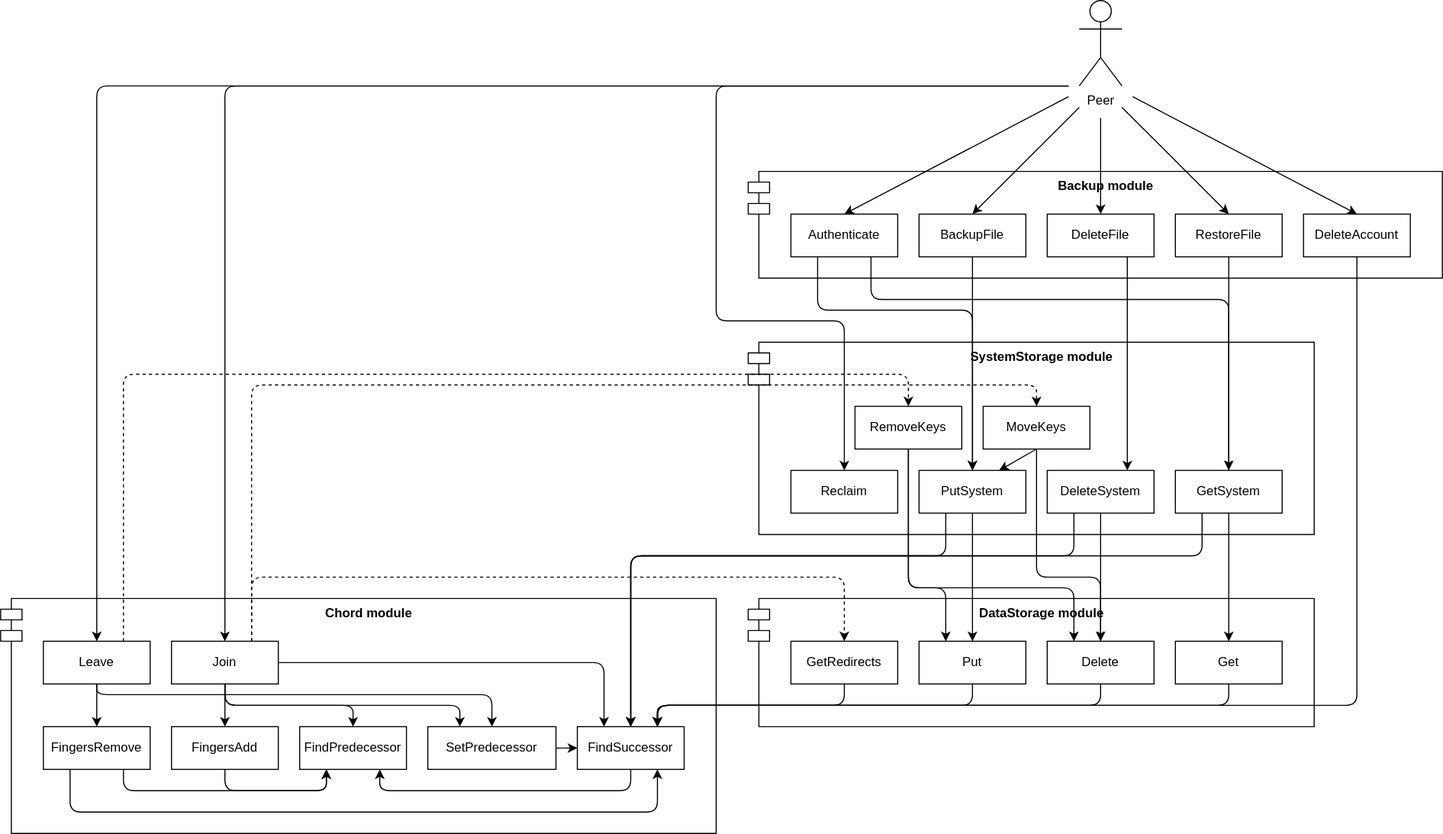
dmfrodrigues/feup-sdis-proj2 keeps this draw.io diagram as doc/protocols.svg. Above is the earlier version. Source tidied: cells renumbered, new cells last; positions are measured from the earlier drawing's top-left corner, leaving out a move shared by most shapes.
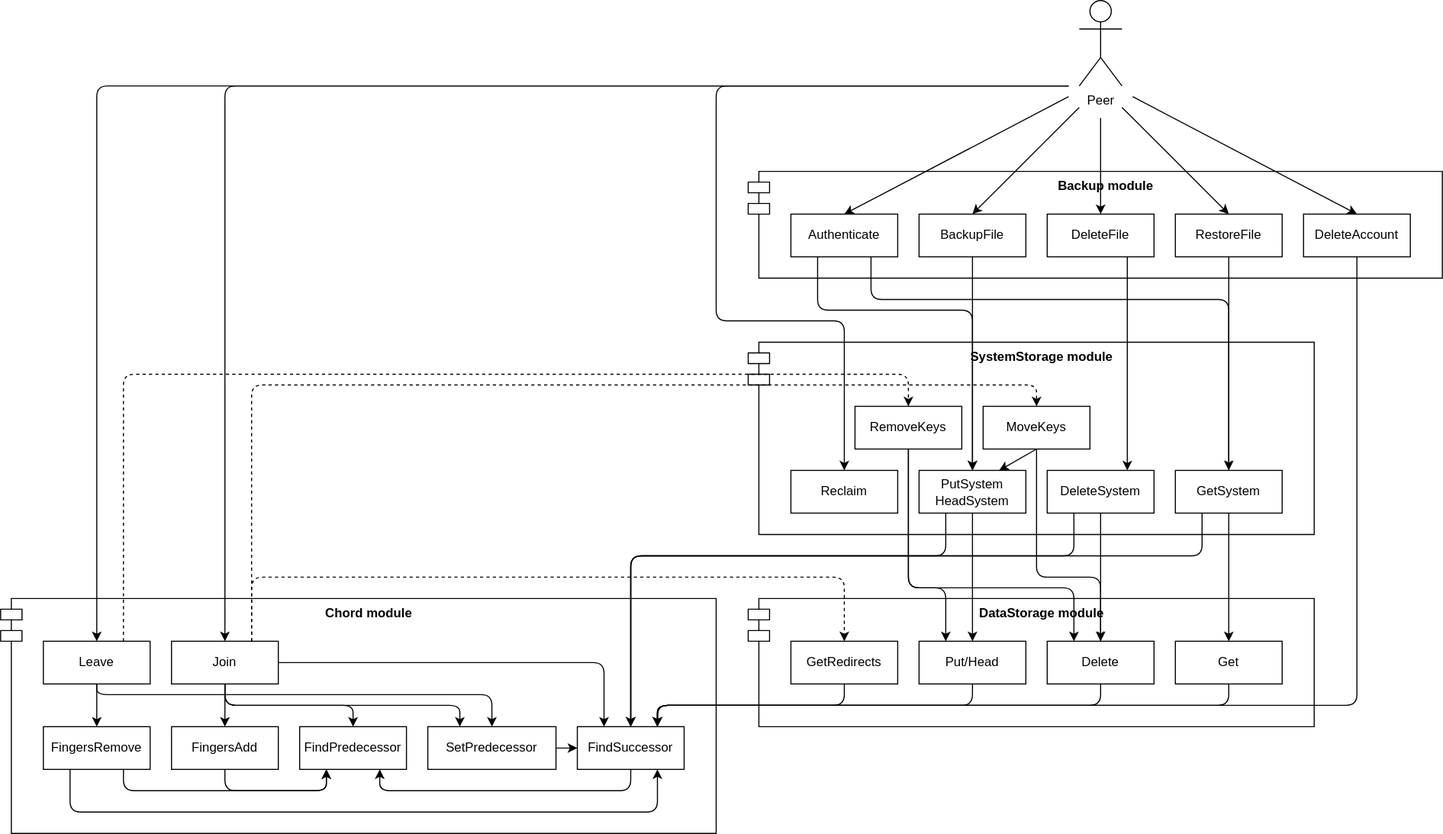
The same file after the commit.

Diff of the diagram source:
```diff
@@ -30,7 +30,7 @@
         </Array>
       </mxGeometry>
     </mxCell>
-    <mxCell id="8" value="PutSystem" style="rounded=0;whiteSpace=wrap;html=1;spacing=10;" parent="1" vertex="1">
+    <mxCell id="8" style="rounded=0;whiteSpace=wrap;html=1;spacing=10;" parent="1" vertex="1">
       <mxGeometry x="860" y="440" width="100" height="40" as="geometry" />
     </mxCell>
     <mxCell id="9" style="edgeStyle=orthogonalEdgeStyle;rounded=1;jettySize=auto;html=1;exitX=0.25;exitY=1;exitDx=0;exitDy=0;entryX=0.5;entryY=0;entryDx=0;entryDy=0;endArrow=classic;endFill=1;" parent="1" edge="1" source="10" target="5">
@@ -239,7 +239,7 @@
         </Array>
       </mxGeometry>
     </mxCell>
-    <mxCell id="49" value="Put" style="rounded=0;whiteSpace=wrap;html=1;spacing=10;" parent="1" vertex="1">
+    <mxCell id="49" value="Put/Head" style="rounded=0;whiteSpace=wrap;html=1;spacing=10;" parent="1" vertex="1">
       <mxGeometry x="860" y="600" width="100" height="40" as="geometry" />
     </mxCell>
     <mxCell id="50" value="Delete" style="rounded=0;whiteSpace=wrap;html=1;spacing=10;" parent="1" vertex="1">
@@ -364,5 +364,11 @@
     <mxCell id="70" value="GetRedirects" style="rounded=0;whiteSpace=wrap;html=1;spacing=10;" parent="1" vertex="1">
       <mxGeometry x="740" y="600" width="100" height="40" as="geometry" />
     </mxCell>
+    <mxCell id="71" value="PutSystem" style="text;html=1;strokeColor=none;fillColor=none;align=center;verticalAlign=middle;whiteSpace=wrap;rounded=0;" parent="1" vertex="1">
+      <mxGeometry x="860" y="443" width="100" height="20" as="geometry" />
+    </mxCell>
+    <mxCell id="72" value="HeadSystem" style="text;html=1;strokeColor=none;fillColor=none;align=center;verticalAlign=middle;whiteSpace=wrap;rounded=0;" parent="1" vertex="1">
+      <mxGeometry x="860" y="459" width="100" height="20" as="geometry" />
+    </mxCell>
   </root>
 </mxGraphModel>
```
